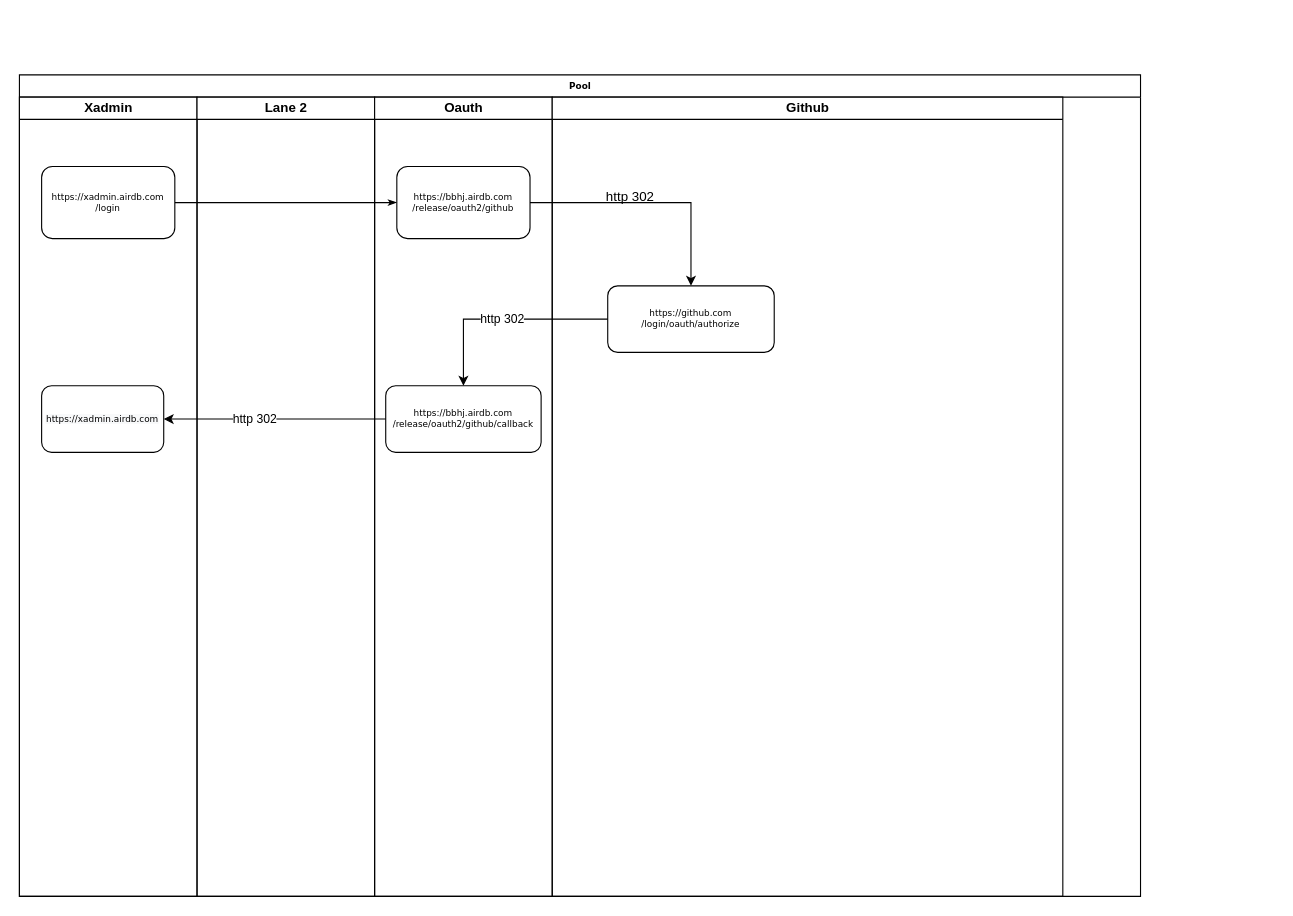
This is oauth.drawio from airdb/drawio, a draw.io file, before an edit. Source tidied: cells renumbered, new cells numbered last; positions are measured from the earlier drawing's top-left corner, leaving out a move shared by most shapes. Both pictures are drawn from the tidied source at 111%, with x=0, y=0 at pixel (19, 74).
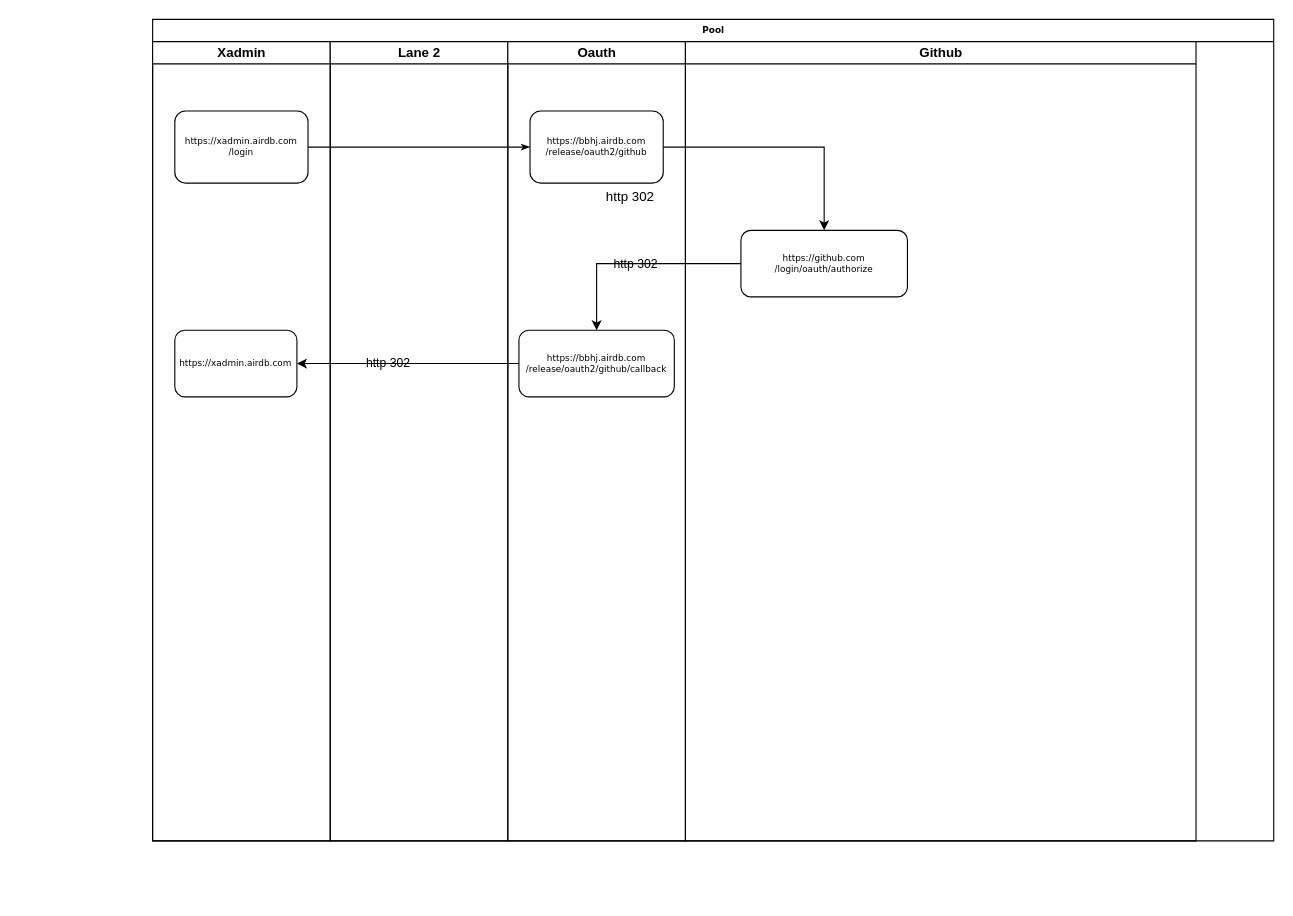
The same diagram, later.

What changed in the source:
```diff
@@
 <mxGraphModel background="#ffffff">
   <root>
     <mxCell id="0" />
     <mxCell id="1" parent="0" />
-    <mxCell id="2" value="http 302" style="text;html=1;align=center;verticalAlign=middle;" parent="1" vertex="1">
+    <mxCell id="2" value="http 302" style="text;html=1;align=center;verticalAlign=middle;labelBackgroundColor=none;" parent="1" vertex="1">
       <mxGeometry x="520" y="100" width="60" height="20" as="geometry" />
     </mxCell>
     <mxCell id="3" value="Pool" style="swimlane;html=1;startSize=20;rounded=0;shadow=0;labelBackgroundColor=none;strokeWidth=1;fontFamily=Verdana;fontSize=8;align=center;" parent="1" vertex="1">
-      <mxGeometry width="1010" height="740" as="geometry" />
+      <mxGeometry x="120" y="-50" width="1010" height="740" as="geometry" />
     </mxCell>
     <mxCell id="4" style="edgeStyle=orthogonalEdgeStyle;rounded=1;html=1;labelBackgroundColor=none;startArrow=none;startFill=0;startSize=5;endArrow=classicThin;endFill=1;endSize=5;jettySize=auto;strokeWidth=1;fontFamily=Verdana;fontSize=8;" parent="3" edge="1" source="7" target="11">
       <mxGeometry relative="1" as="geometry" />
     </mxCell>
-    <mxCell id="5" value="Xadmin" style="swimlane;html=1;startSize=20;" parent="3" vertex="1">
+    <mxCell id="5" value="Xadmin" style="swimlane;html=1;startSize=20;labelBackgroundColor=none;" parent="3" vertex="1">
       <mxGeometry y="20" width="160" height="720" as="geometry" />
     </mxCell>
-    <mxCell id="6" value="&lt;span style=&quot;color: rgb(0, 0, 0); font-family: verdana; font-size: 8px; font-style: normal; font-weight: 400; letter-spacing: normal; text-align: center; text-indent: 0px; text-transform: none; word-spacing: 0px; background-color: rgb(248, 249, 250); display: inline; float: none;&quot;&gt;https://xadmin.airdb.com&lt;/span&gt;&lt;br style=&quot;color: rgb(0, 0, 0); font-family: verdana; font-size: 8px; font-style: normal; font-weight: 400; letter-spacing: normal; text-align: center; text-indent: 0px; text-transform: none; word-spacing: 0px; background-color: rgb(248, 249, 250);&quot;&gt;" style="rounded=1;whiteSpace=wrap;html=1;shadow=0;labelBackgroundColor=none;strokeWidth=1;fontFamily=Verdana;fontSize=8;align=center;" parent="5" vertex="1">
+    <mxCell id="6" value="&lt;span style=&quot;font-family: verdana; font-size: 8px; font-style: normal; font-weight: 400; letter-spacing: normal; text-align: center; text-indent: 0px; text-transform: none; word-spacing: 0px; display: inline; float: none;&quot;&gt;https://xadmin.airdb.com&lt;/span&gt;&lt;br style=&quot;font-family: verdana; font-size: 8px; font-style: normal; font-weight: 400; letter-spacing: normal; text-align: center; text-indent: 0px; text-transform: none; word-spacing: 0px;&quot;&gt;" style="rounded=1;whiteSpace=wrap;html=1;shadow=0;labelBackgroundColor=none;strokeWidth=1;fontFamily=Verdana;fontSize=8;align=center;" parent="5" vertex="1">
       <mxGeometry x="20" y="260" width="110" height="60" as="geometry" />
     </mxCell>
     <mxCell id="7" value="https://xadmin.airdb.com&lt;br&gt;/login" style="rounded=1;whiteSpace=wrap;html=1;shadow=0;labelBackgroundColor=none;strokeWidth=1;fontFamily=Verdana;fontSize=8;align=center;" parent="5" vertex="1">
       <mxGeometry x="20" y="62.5" width="120" height="65" as="geometry" />
     </mxCell>
-    <mxCell id="8" value="Lane 2" style="swimlane;html=1;startSize=20;" parent="3" vertex="1">
+    <mxCell id="8" value="Lane 2" style="swimlane;html=1;startSize=20;labelBackgroundColor=none;" parent="3" vertex="1">
       <mxGeometry x="160" y="20" width="160" height="720" as="geometry" />
     </mxCell>
-    <mxCell id="9" value="Oauth" style="swimlane;html=1;startSize=20;" parent="3" vertex="1">
+    <mxCell id="9" value="Oauth" style="swimlane;html=1;startSize=20;labelBackgroundColor=none;" parent="3" vertex="1">
       <mxGeometry x="320" y="20" width="160" height="720" as="geometry" />
     </mxCell>
     <mxCell id="10" value="https://bbhj.airdb.com&lt;br&gt;/release/oauth2/github/callback" style="rounded=1;whiteSpace=wrap;html=1;shadow=0;labelBackgroundColor=none;strokeWidth=1;fontFamily=Verdana;fontSize=8;align=center;" parent="9" vertex="1">
       <mxGeometry x="10" y="260" width="140" height="60" as="geometry" />
     </mxCell>
     <mxCell id="11" value="https://bbhj.airdb.com&lt;br&gt;/release/oauth2/github" style="rounded=1;whiteSpace=wrap;html=1;shadow=0;labelBackgroundColor=none;strokeWidth=1;fontFamily=Verdana;fontSize=8;align=center;" parent="9" vertex="1">
       <mxGeometry x="20" y="62.5" width="120" height="65" as="geometry" />
     </mxCell>
-    <mxCell id="12" value="Github" style="swimlane;html=1;startSize=20;" parent="3" vertex="1">
+    <mxCell id="12" value="Github" style="swimlane;html=1;startSize=20;labelBackgroundColor=none;" parent="3" vertex="1">
       <mxGeometry x="480" y="20" width="460" height="720" as="geometry" />
     </mxCell>
     <mxCell id="13" value="https://github.com&lt;br&gt;/login/oauth/authorize" style="rounded=1;whiteSpace=wrap;html=1;shadow=0;labelBackgroundColor=none;strokeWidth=1;fontFamily=Verdana;fontSize=8;align=center;" parent="12" vertex="1">
       <mxGeometry x="50" y="170" width="150" height="60" as="geometry" />
     </mxCell>
-    <mxCell id="14" style="edgeStyle=orthogonalEdgeStyle;rounded=0;jettySize=auto;html=1;entryX=1;entryY=0.5;entryDx=0;entryDy=0;" parent="3" edge="1" source="10" target="6">
+    <mxCell id="14" style="edgeStyle=orthogonalEdgeStyle;rounded=0;jettySize=auto;html=1;entryX=1;entryY=0.5;entryDx=0;entryDy=0;labelBackgroundColor=none;" parent="3" edge="1" source="10" target="6">
       <mxGeometry relative="1" as="geometry" />
     </mxCell>
-    <mxCell id="15" value="http 302" style="edgeLabel;html=1;align=center;verticalAlign=middle;" parent="14" vertex="1">
+    <mxCell id="15" value="http 302" style="edgeLabel;html=1;align=center;verticalAlign=middle;labelBackgroundColor=none;" parent="14" vertex="1">
       <mxGeometry x="0.19" y="-1" relative="1" as="geometry" />
     </mxCell>
-    <mxCell id="16" value="http 302" style="edgeStyle=orthogonalEdgeStyle;rounded=0;jettySize=auto;html=1;entryX=0.5;entryY=0;entryDx=0;entryDy=0;" parent="3" edge="1" source="13" target="10">
+    <mxCell id="16" value="http 302" style="edgeStyle=orthogonalEdgeStyle;rounded=0;jettySize=auto;html=1;entryX=0.5;entryY=0;entryDx=0;entryDy=0;labelBackgroundColor=none;" parent="3" edge="1" source="13" target="10">
       <mxGeometry relative="1" as="geometry" />
     </mxCell>
-    <mxCell id="17" style="edgeStyle=orthogonalEdgeStyle;rounded=0;jettySize=auto;html=1;exitX=1;exitY=0.5;exitDx=0;exitDy=0;entryX=0.5;entryY=0;entryDx=0;entryDy=0;" parent="3" edge="1" source="11" target="13">
+    <mxCell id="17" style="edgeStyle=orthogonalEdgeStyle;rounded=0;jettySize=auto;html=1;exitX=1;exitY=0.5;exitDx=0;exitDy=0;entryX=0.5;entryY=0;entryDx=0;entryDy=0;labelBackgroundColor=none;" parent="3" edge="1" source="11" target="13">
       <mxGeometry relative="1" as="geometry" />
     </mxCell>
   </root>
 </mxGraphModel>
```
